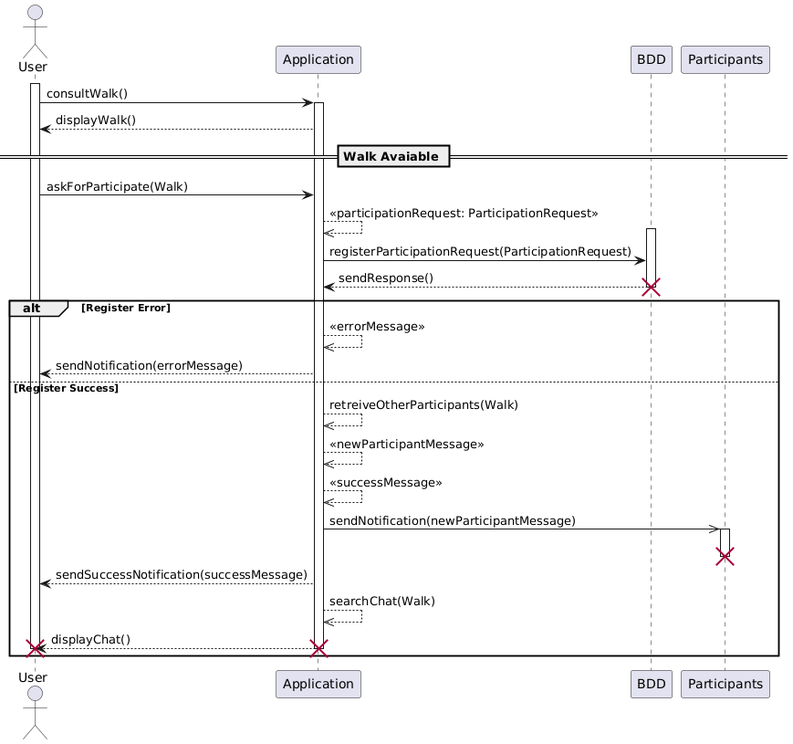
This is docsCDA/Diagrammes_et_Words/Diagrammes/Sequence/diagram_sequence_ApplyWalk_avaiable.png from SarahHerberichs/Woofwalks_CDA, a PlantUML export, as it was before one commit. Its diagram source:
```plantuml
@startuml
actor User
participant Application
participant BDD
participant Participants

activate User
User -> Application : consultWalk()
activate Application
Application --> User : displayWalk()
== Walk Avaiable ==
    User -> Application : askForParticipate(Walk)
    Application -->> Application : <<participationRequest: ParticipationRequest>>
    activate BDD
    Application -> BDD : registerParticipationRequest(ParticipationRequest)
            BDD --> Application : sendResponse()
    deactivate BDD
    destroy BDD
    alt Register Error
        Application -->> Application : <<errorMessage>>

        Application--> User : sendNotification(errorMessage)

    else Register Success
        Application -->> Application : retreiveOtherParticipants(Walk)


        Application -->> Application : <<newParticipantMessage>>
        Application -->> Application : <<successMessage>>
        Application ->> Participants : sendNotification(newParticipantMessage)
        activate Participants
        deactivate Participants
        destroy Participants
        Application --> User : sendSuccessNotification(successMessage)

        Application -->> Application : searchChat(Walk)
        Application --> User : displayChat()
        deactivate Application
        deactivate User
        destroy User
        destroy Application
    end
@enduml
```
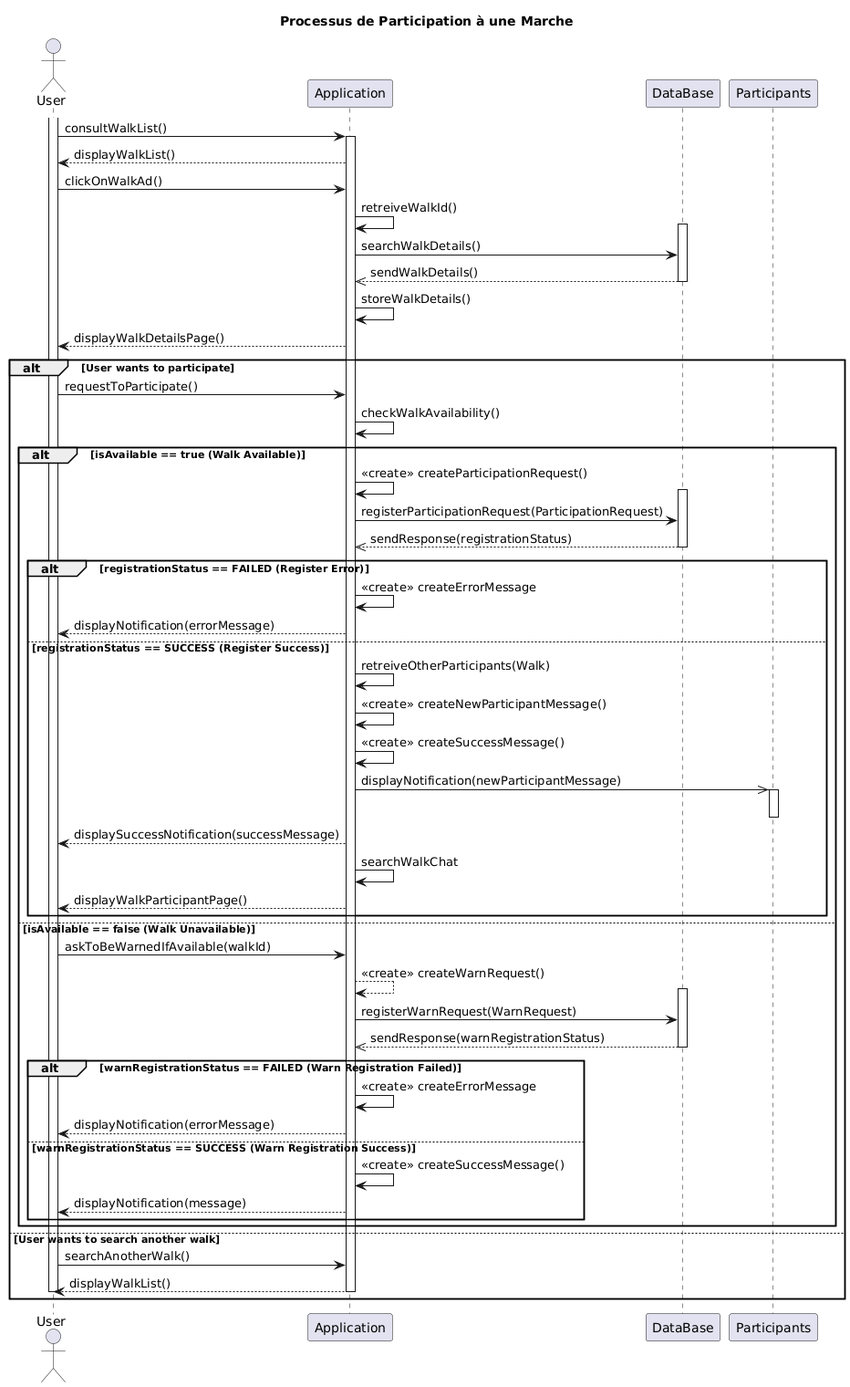
After the change.

Change to the diagram source:
```diff
@@ -1,43 +1,84 @@
 @startuml
+title Processus de Participation à une Marche
+
 actor User
 participant Application
-participant BDD
+participant DataBase
 participant Participants
 
 activate User
-User -> Application : consultWalk()
+User -> Application : consultWalkList()
 activate Application
-Application --> User : displayWalk()
-== Walk Avaiable ==
-    User -> Application : askForParticipate(Walk)
-    Application -->> Application : <<participationRequest: ParticipationRequest>>
-    activate BDD
-    Application -> BDD : registerParticipationRequest(ParticipationRequest)
-            BDD --> Application : sendResponse()
-    deactivate BDD
-    destroy BDD
-    alt Register Error
-        Application -->> Application : <<errorMessage>>
+Application --> User : displayWalkList()
 
-        Application--> User : sendNotification(errorMessage)
+User -> Application : clickOnWalkAd()
+Application -> Application : retreiveWalkId()
+activate DataBase
+Application -> DataBase : searchWalkDetails()
+DataBase -->> Application : sendWalkDetails()
+deactivate DataBase
+Application -> Application : storeWalkDetails()
+Application --> User : displayWalkDetailsPage()
 
-    else Register Success
-        Application -->> Application : retreiveOtherParticipants(Walk)
+alt User wants to participate
+
+    User -> Application : requestToParticipate()
+
+    Application -> Application : checkWalkAvailability()
+
+    alt isAvailable == true (Walk Available)
+
+        Application -> Application : <<create>> createParticipationRequest()
+
+        activate DataBase
+        Application -> DataBase : registerParticipationRequest(ParticipationRequest)
+        DataBase -->> Application : sendResponse(registrationStatus)
+        deactivate DataBase
+
+        alt registrationStatus == FAILED (Register Error)
+            Application -> Application : <<create>> createErrorMessage
+            Application --> User : displayNotification(errorMessage)
+        else registrationStatus == SUCCESS (Register Success)
+            Application -> Application : retreiveOtherParticipants(Walk)
+
+            Application -> Application : <<create>> createNewParticipantMessage()
+            Application -> Application : <<create>> createSuccessMessage()
+
+            Application ->> Participants : displayNotification(newParticipantMessage)
+            activate Participants
+            deactivate Participants
+
+            Application --> User : displaySuccessNotification(successMessage)
+            Application -> Application : searchWalkChat
+            Application --> User : displayWalkParticipantPage()
+        end
+
+    else isAvailable == false (Walk Unavailable)
+
+        User -> Application : askToBeWarnedIfAvailable(walkId)
+        Application --> Application : <<create>> createWarnRequest()
+
+        activate DataBase
+        Application -> DataBase : registerWarnRequest(WarnRequest)
+        DataBase -->> Application : sendResponse(warnRegistrationStatus)
+        deactivate DataBase
+
+        alt warnRegistrationStatus == FAILED (Warn Registration Failed)
+            Application -> Application : <<create>> createErrorMessage
+            Application --> User : displayNotification(errorMessage)
+        else warnRegistrationStatus == SUCCESS (Warn Registration Success)
+            Application -> Application : <<create>> createSuccessMessage()
 
 
-        Application -->> Application : <<newParticipantMessage>>
-        Application -->> Application : <<successMessage>>
-        Application ->> Participants : sendNotification(newParticipantMessage)
-        activate Participants
-        deactivate Participants
-        destroy Participants
-        Application --> User : sendSuccessNotification(successMessage)
+            Application --> User : displayNotification(message)
+        end
 
-        Application -->> Application : searchChat(Walk)
-        Application --> User : displayChat()
-        deactivate Application
-        deactivate User
-        destroy User
-        destroy Application
     end
+
+else User wants to search another walk
+    User -> Application : searchAnotherWalk()
+    Application --> User : displayWalkList()
+    deactivate Application
+    deactivate User
+end
 @enduml
```
